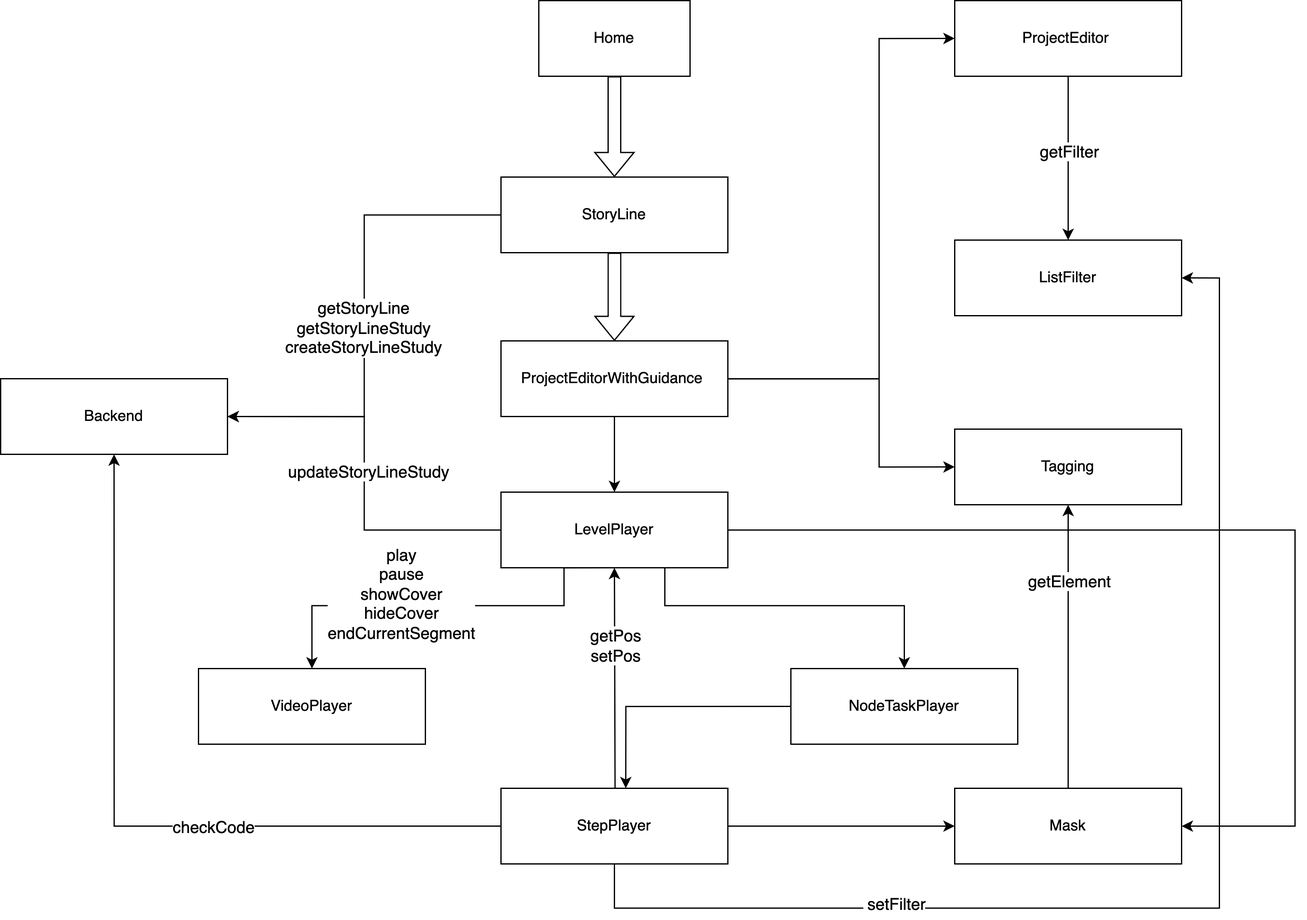
Earlier version of the draw.io export docs/develop/guidance/assets/guidance-architecture.png (goplus/builder). Source tidied: cells renumbered, new cells last; positions are measured from the earlier drawing's top-left corner, leaving out a move shared by most shapes.
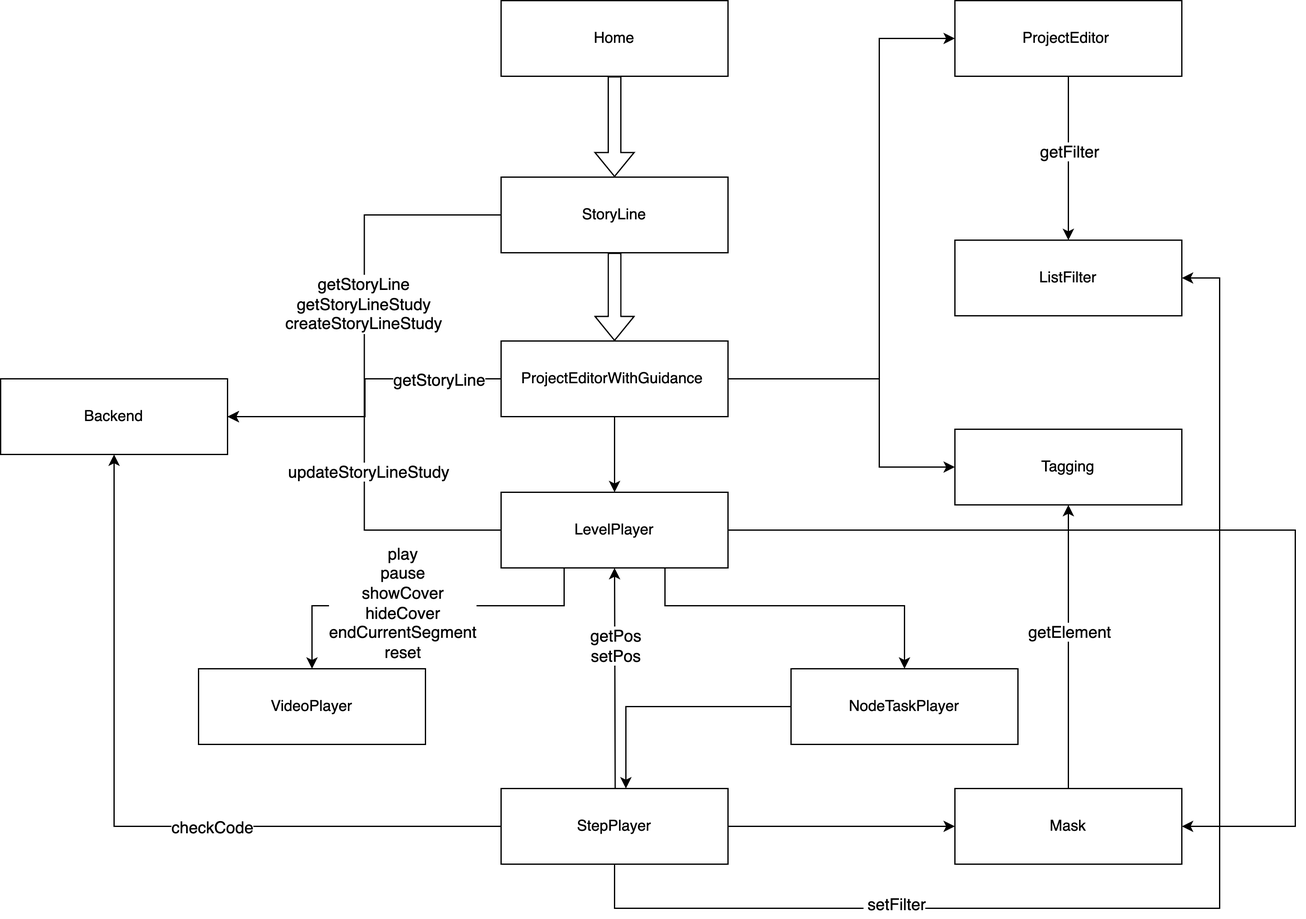
Later version of the same file.

Commit message:
fix: LevelPlayer & ProjectEditorWithGuidance & guidance-architecture & LevelPlayer doc

Change to the diagram source:
```diff
@@ -7,7 +7,7 @@
     </mxCell>
     <mxCell id="3" value="getStoryLine&lt;div&gt;getStoryLineStudy&lt;/div&gt;&lt;div&gt;createStoryLineStudy&lt;/div&gt;" style="edgeLabel;html=1;align=center;verticalAlign=middle;fontSize=13;" parent="2" vertex="1">
       <mxGeometry x="-0.11" y="-1" relative="1" as="geometry">
-        <mxPoint y="30" as="offset" />
+        <mxPoint y="11" as="offset" />
       </mxGeometry>
     </mxCell>
     <mxCell id="4" style="edgeStyle=orthogonalEdgeStyle;rounded=0;jettySize=auto;html=1;entryX=0.5;entryY=0;entryDx=0;entryDy=0;shape=flexArrow;" parent="1" edge="1" source="5" target="9">
@@ -35,6 +35,19 @@
         </Array>
       </mxGeometry>
     </mxCell>
+    <mxCell id="39" style="edgeStyle=orthogonalEdgeStyle;rounded=0;jettySize=auto;html=1;entryX=1;entryY=0.5;entryDx=0;entryDy=0;" parent="1" edge="1" source="9" target="33">
+      <mxGeometry relative="1" as="geometry">
+        <Array as="points">
+          <mxPoint x="289" y="300" />
+          <mxPoint x="289" y="330" />
+        </Array>
+      </mxGeometry>
+    </mxCell>
+    <mxCell id="40" value="getStoryLine" style="edgeLabel;html=1;align=center;verticalAlign=middle;fontSize=13;" parent="39" vertex="1">
+      <mxGeometry x="-0.5" y="-1" relative="1" as="geometry">
+        <mxPoint x="12" y="1" as="offset" />
+      </mxGeometry>
+    </mxCell>
     <mxCell id="9" value="ProjectEditorWithGuidance&amp;nbsp;" style="rounded=0;whiteSpace=wrap;html=1;" parent="1" vertex="1">
       <mxGeometry x="397" y="270" width="180" height="60" as="geometry" />
     </mxCell>
@@ -53,9 +66,9 @@
         </Array>
       </mxGeometry>
     </mxCell>
-    <mxCell id="13" value="&lt;div&gt;play&lt;br&gt;pause&lt;br&gt;showCover&lt;br&gt;hideCover&lt;/div&gt;&lt;div&gt;endCurrentSegment&lt;/div&gt;" style="edgeLabel;html=1;align=center;verticalAlign=middle;fontSize=13;" parent="12" vertex="1">
+    <mxCell id="13" value="&lt;div&gt;play&lt;br&gt;pause&lt;br&gt;showCover&lt;br&gt;hideCover&lt;/div&gt;&lt;div&gt;endCurrentSegment&lt;br&gt;reset&lt;/div&gt;" style="edgeLabel;html=1;align=center;verticalAlign=middle;fontSize=13;" parent="12" vertex="1">
       <mxGeometry x="0.03" y="-1" relative="1" as="geometry">
-        <mxPoint x="-35" y="-9" as="offset" />
+        <mxPoint x="-35" y="-2" as="offset" />
       </mxGeometry>
     </mxCell>
     <mxCell id="14" style="edgeStyle=orthogonalEdgeStyle;rounded=0;jettySize=auto;html=1;entryX=0.5;entryY=0;entryDx=0;entryDy=0;" parent="1" edge="1" target="23">
@@ -97,7 +110,7 @@
     </mxCell>
     <mxCell id="21" value="&lt;div&gt;getElement&lt;/div&gt;" style="edgeLabel;html=1;align=center;verticalAlign=middle;fontSize=13;" parent="20" vertex="1">
       <mxGeometry x="0.24" y="1" relative="1" as="geometry">
-        <mxPoint x="1" y="-26" as="offset" />
+        <mxPoint x="1" y="14" as="offset" />
       </mxGeometry>
     </mxCell>
     <mxCell id="22" value="Mask" style="rounded=0;whiteSpace=wrap;html=1;" parent="1" vertex="1">
@@ -158,7 +171,7 @@
       <mxGeometry relative="1" as="geometry" />
     </mxCell>
     <mxCell id="35" value="Home" style="rounded=0;whiteSpace=wrap;html=1;" parent="1" vertex="1">
-      <mxGeometry x="427" width="120" height="60" as="geometry" />
+      <mxGeometry x="397" width="180" height="60" as="geometry" />
     </mxCell>
     <mxCell id="36" style="edgeStyle=orthogonalEdgeStyle;rounded=0;jettySize=auto;html=1;entryX=0.5;entryY=0;entryDx=0;entryDy=0;" parent="1" edge="1" source="38" target="18">
       <mxGeometry relative="1" as="geometry" />
```
